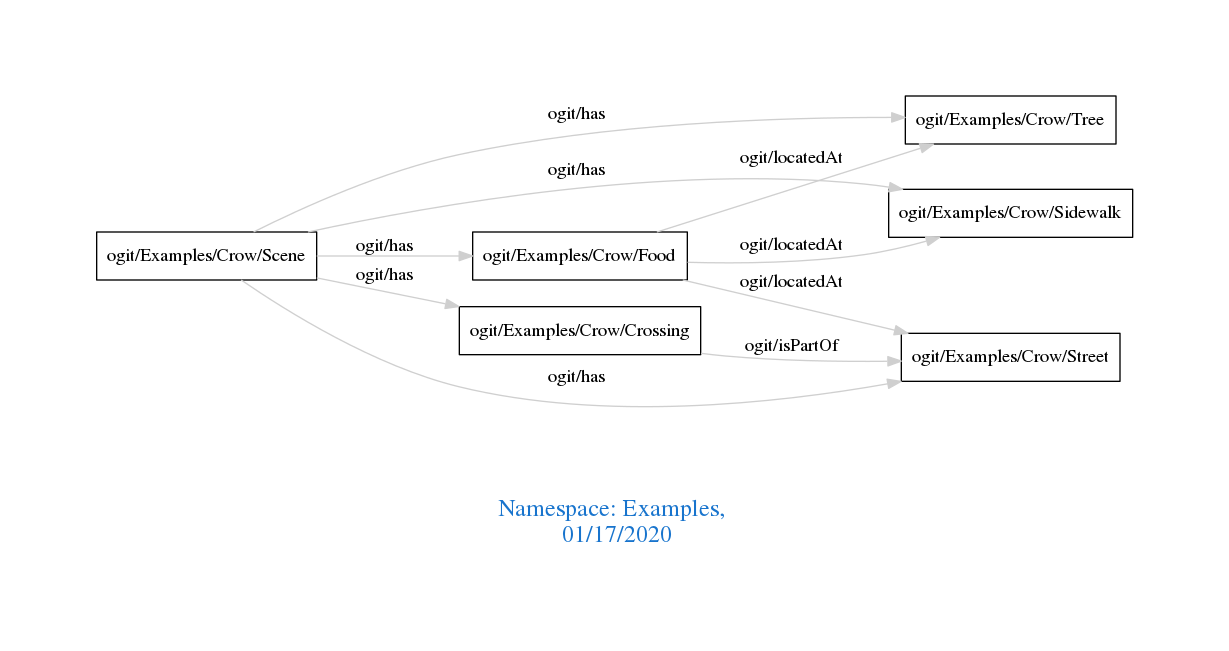
arago/OGIT keeps this Graphviz diagram as downloads/Examples.png. Above is the earlier version. Its source is kept beside it as downloads/Examples.dot.
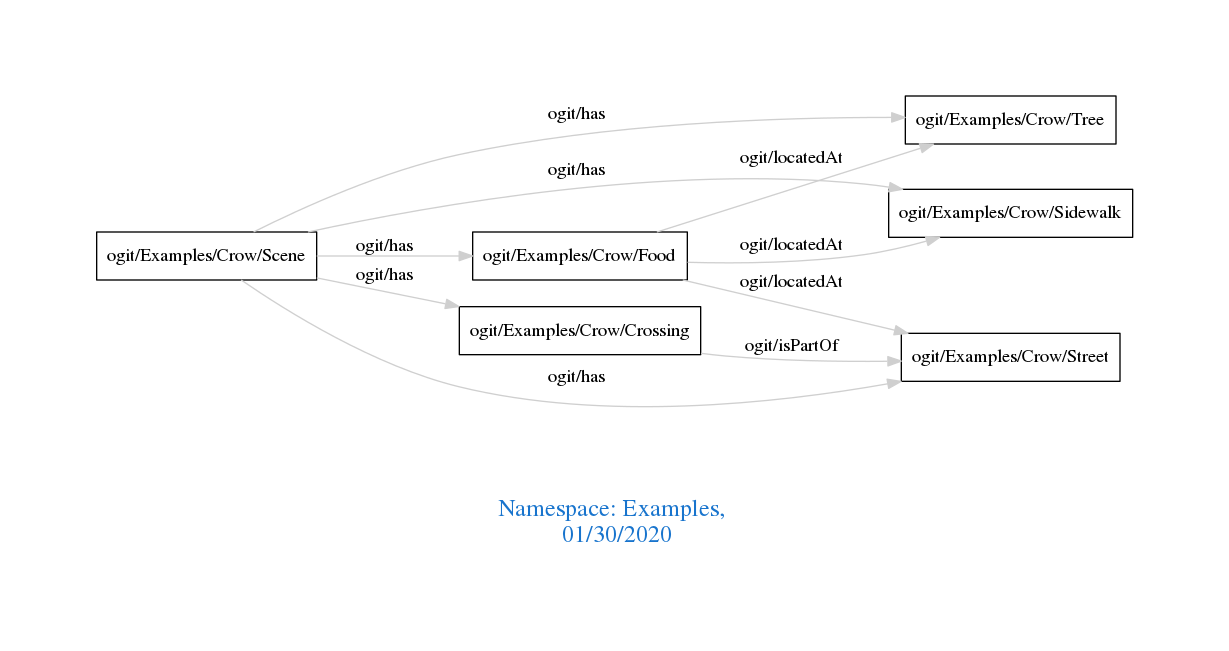
Above is the later version.

What changed in the source:
```diff
@@ -1,7 +1,7 @@
 digraph OGIT_ontology {
  graph [ rankdir= LR,pad=1
 fontsize = 18,
-fontcolor= dodgerblue3,label = "\n\n\nNamespace: Examples, \n 01/17/2020"];
+fontcolor= dodgerblue3,label = "\n\n\nNamespace: Examples, \n 01/30/2020"];
 node[shape=polygon];
 edge [  color="gray81"];
 
```
